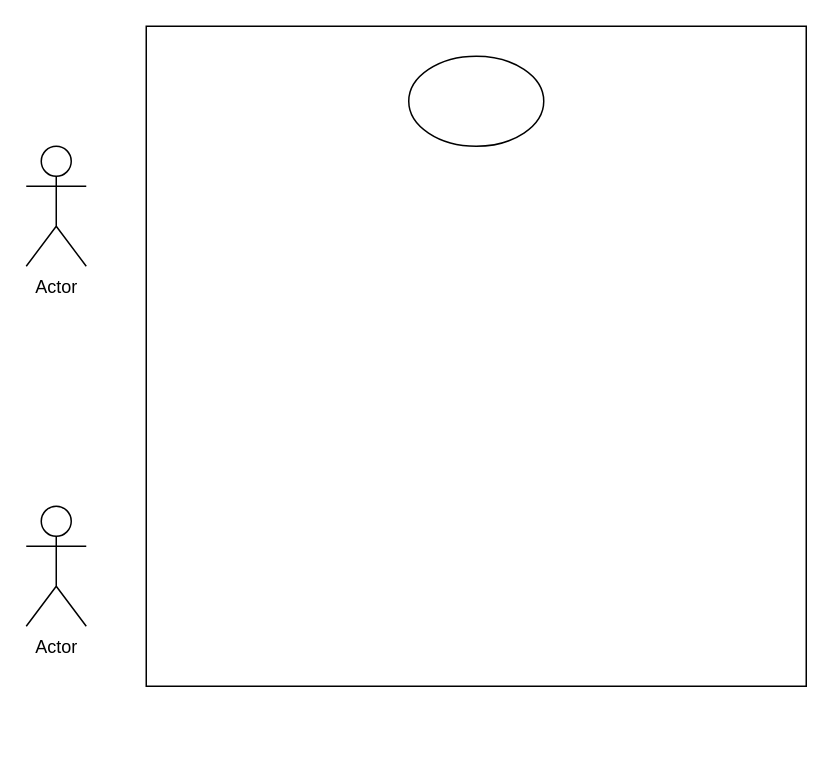
Jayrou12345/Flowchart keeps this draw.io diagram as uc.drawio. Above is the earlier version. Source tidied: cells renumbered, new cells numbered last; positions are measured from the earlier drawing's top-left corner, leaving out a move shared by most shapes. Both pictures are drawn from the tidied source at 150%, with x=0, y=0 at pixel (26, 26).
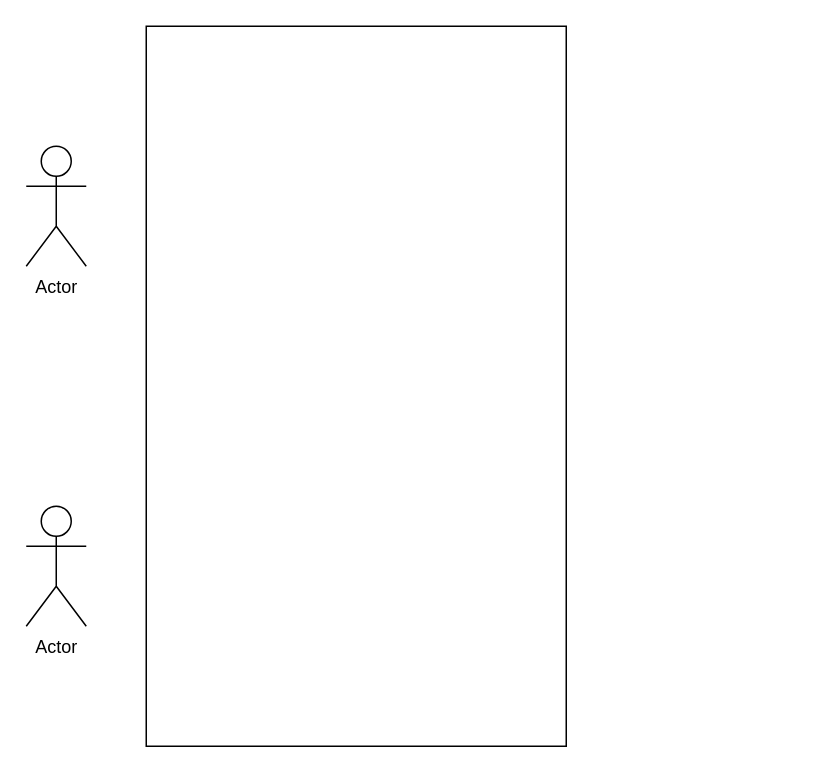
After the change.

What changed in the source:
```diff
@@
 <mxGraphModel>
   <root>
     <mxCell id="0" />
     <mxCell id="1" parent="0" />
     <mxCell id="2" value="Actor" style="shape=umlActor;verticalLabelPosition=bottom;verticalAlign=top;html=1;" parent="1" vertex="1">
       <mxGeometry y="80" width="40" height="80" as="geometry" />
     </mxCell>
     <mxCell id="3" value="Actor" style="shape=umlActor;verticalLabelPosition=bottom;verticalAlign=top;html=1;" parent="1" vertex="1">
       <mxGeometry y="320" width="40" height="80" as="geometry" />
     </mxCell>
-    <mxCell id="4" style="whiteSpace=wrap;html=1;fillColor=none;" parent="1" vertex="1">
-      <mxGeometry x="80" width="440" height="440" as="geometry" />
-    </mxCell>
-    <mxCell id="5" style="ellipse;whiteSpace=wrap;html=1;fillColor=none;" parent="1" vertex="1">
-      <mxGeometry x="255" y="20" width="90" height="60" as="geometry" />
-    </mxCell>
+    <mxCell id="6" style="rounded=0;whiteSpace=wrap;html=1;fillColor=none;" parent="1" vertex="1">
+      <mxGeometry x="80" width="280" height="480" as="geometry" />
+    </mxCell>
   </root>
 </mxGraphModel>
```
